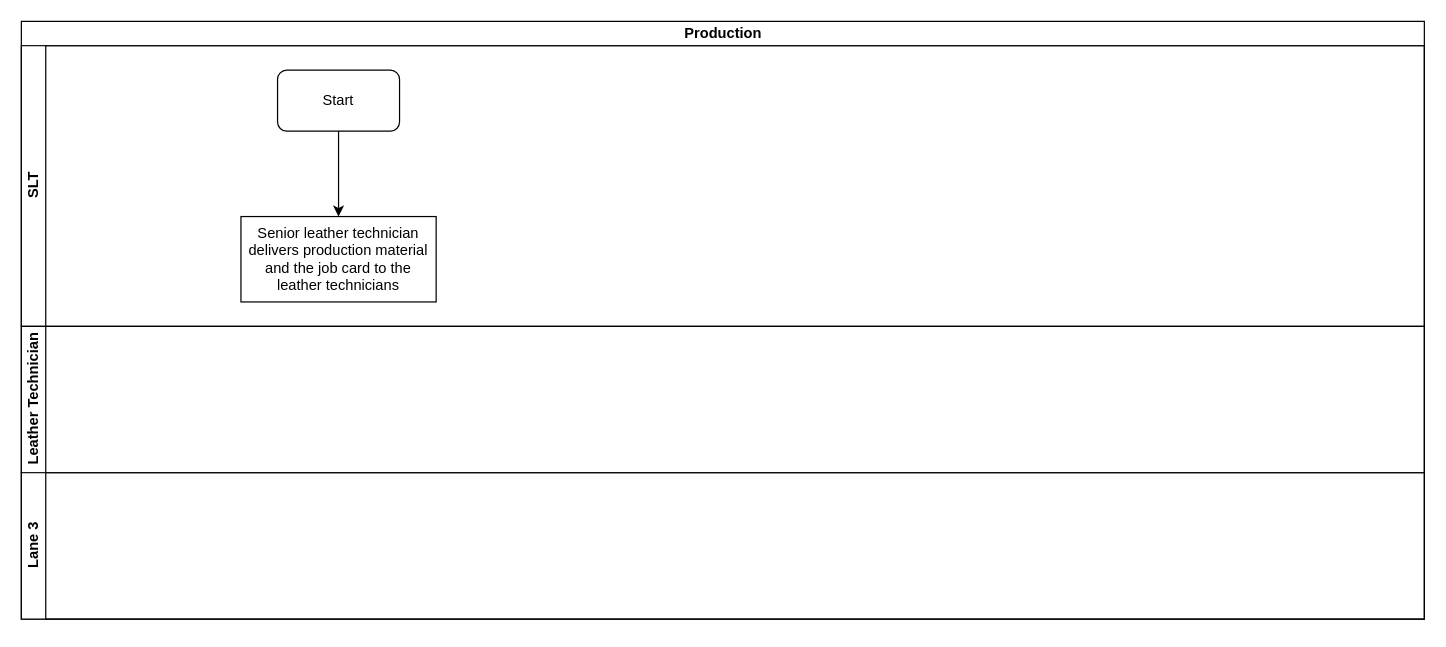
Above: LC - Production.drawio in kmagua/flowcharts (draw.io), before the change. Source tidied: cells renumbered, new cells numbered last; positions are measured from the earlier drawing's top-left corner, leaving out a move shared by most shapes. Both pictures are drawn from the tidied source at 122%, with x=0, y=0 at pixel (21, 21).
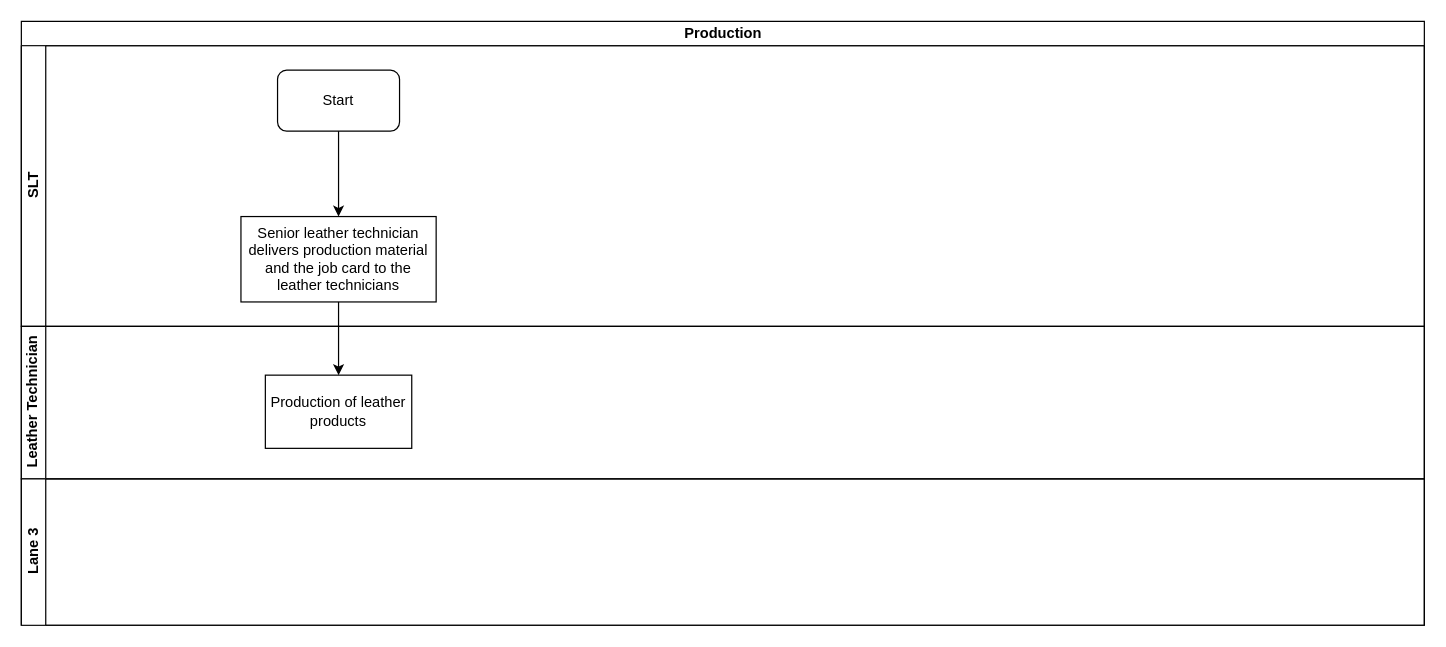
Above is the later version.

Change to the diagram source:
```diff
@@
 <mxGraphModel>
   <root>
     <mxCell id="0" />
     <mxCell id="1" parent="0" />
     <mxCell id="2" value="Production" style="swimlane;html=1;horizontal=1;startSize=20;" parent="1" vertex="1">
-      <mxGeometry width="1150" height="490" as="geometry" />
+      <mxGeometry width="1150" height="495" as="geometry" />
     </mxCell>
     <mxCell id="3" value="SLT" style="swimlane;html=1;startSize=20;horizontal=0;" parent="2" vertex="1">
       <mxGeometry y="20" width="1150" height="230" as="geometry" />
     </mxCell>
     <mxCell id="4" value="Start" style="rounded=1;whiteSpace=wrap;html=1;" parent="3" vertex="1">
       <mxGeometry x="210" y="20" width="100" height="50" as="geometry" />
     </mxCell>
     <mxCell id="5" value="Senior leather technician delivers production material and the job card to the leather technicians" style="rounded=0;whiteSpace=wrap;html=1;" parent="3" vertex="1">
       <mxGeometry x="180" y="140" width="160" height="70" as="geometry" />
     </mxCell>
     <mxCell id="6" style="edgeStyle=orthogonalEdgeStyle;rounded=0;jettySize=auto;html=1;entryX=0.5;entryY=0;entryDx=0;entryDy=0;" parent="3" edge="1" source="4" target="5">
       <mxGeometry relative="1" as="geometry" />
     </mxCell>
     <mxCell id="7" value="Leather Technician" style="swimlane;html=1;startSize=20;horizontal=0;" parent="2" vertex="1">
-      <mxGeometry y="250" width="1150" height="120" as="geometry" />
+      <mxGeometry y="250" width="1150" height="125" as="geometry" />
     </mxCell>
+    <mxCell id="9" value="Production of leather products" style="whiteSpace=wrap;html=1;rounded=0;" parent="7" vertex="1">
+      <mxGeometry x="200" y="40" width="120" height="60" as="geometry" />
+    </mxCell>
     <mxCell id="8" value="Lane 3" style="swimlane;html=1;startSize=20;horizontal=0;" parent="2" vertex="1">
-      <mxGeometry y="370" width="1150" height="120" as="geometry" />
+      <mxGeometry y="375" width="1150" height="120" as="geometry" />
     </mxCell>
+    <mxCell id="10" style="edgeStyle=orthogonalEdgeStyle;rounded=0;jettySize=auto;html=1;" parent="2" edge="1" source="5" target="9">
+      <mxGeometry relative="1" as="geometry" />
+    </mxCell>
   </root>
 </mxGraphModel>
```
